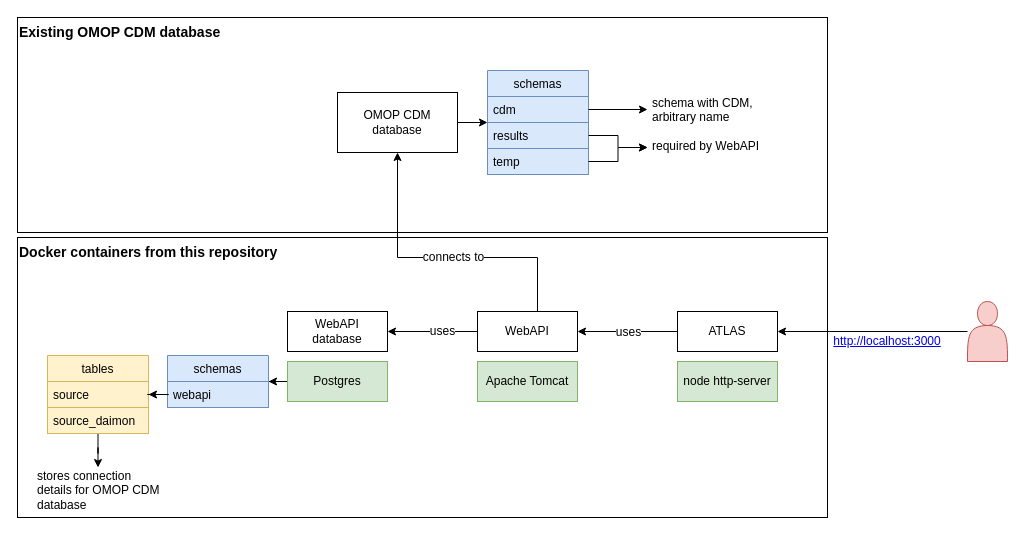
Earlier version of the draw.io diagram components.drawio (kaiserpreusse/ohdsitools). Source tidied: cells renumbered, new cells numbered last; positions are measured from the earlier drawing's top-left corner, leaving out a move shared by most shapes. Both pictures are drawn from the tidied source at 100%, with x=0, y=0 at pixel (17, 17).
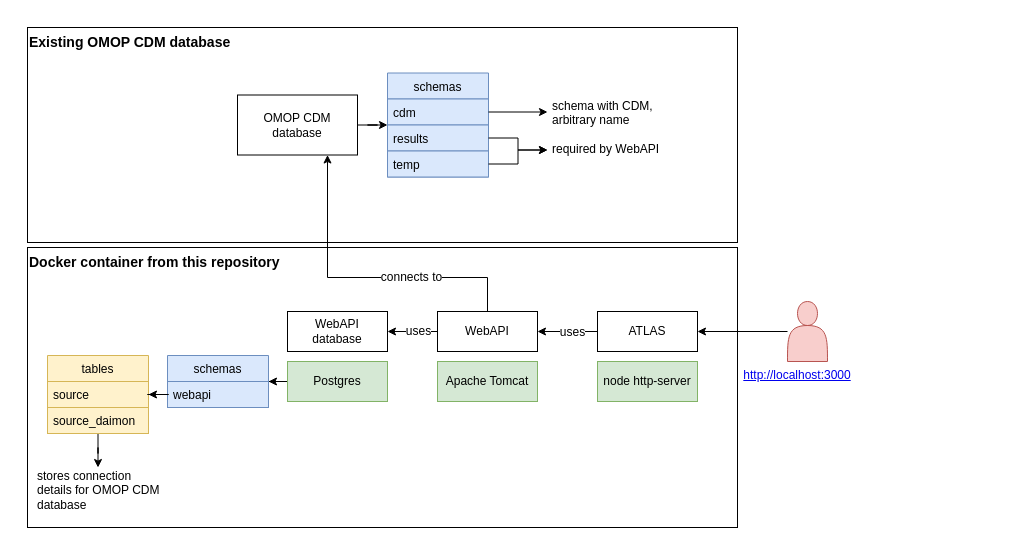
The same page after the edit.

Commit message (it also covers changes not shown here):
smaller diagram

Change to the diagram source:
```diff
@@
     <mxCell id="2" value="&lt;span style=&quot;font-size: 14px;&quot;&gt;&lt;b&gt;Existing OMOP CDM database&lt;/b&gt;&lt;/span&gt;" style="rounded=0;whiteSpace=wrap;html=1;fontSize=12;align=left;verticalAlign=top;" parent="1" vertex="1">
-      <mxGeometry width="810" height="215" as="geometry" />
+      <mxGeometry x="10" y="10" width="710" height="215" as="geometry" />
     </mxCell>
-    <mxCell id="3" value="&lt;b&gt;&lt;font style=&quot;font-size: 14px;&quot;&gt;Docker containers from this repository&lt;/font&gt;&lt;/b&gt;" style="rounded=0;whiteSpace=wrap;html=1;fontSize=12;align=left;verticalAlign=top;" parent="1" vertex="1">
-      <mxGeometry y="220" width="810" height="280" as="geometry" />
+    <mxCell id="3" value="&lt;b&gt;&lt;font style=&quot;font-size: 14px;&quot;&gt;Docker container from this repository&lt;/font&gt;&lt;/b&gt;" style="rounded=0;whiteSpace=wrap;html=1;fontSize=12;align=left;verticalAlign=top;" parent="1" vertex="1">
+      <mxGeometry x="10" y="230" width="710" height="280" as="geometry" />
     </mxCell>
     <mxCell id="4" value="Apache Tomcat" style="rounded=0;whiteSpace=wrap;html=1;fillColor=#d5e8d4;strokeColor=#82b366;" parent="1" vertex="1">
-      <mxGeometry x="460" y="344" width="100" height="40" as="geometry" />
+      <mxGeometry x="420" y="344" width="100" height="40" as="geometry" />
     </mxCell>
@@
     <mxCell id="6" value="OMOP CDM database" style="rounded=0;whiteSpace=wrap;html=1;fontStyle=0;" parent="1" vertex="1">
-      <mxGeometry x="320" y="75" width="120" height="60" as="geometry" />
+      <mxGeometry x="220" y="77.5" width="120" height="60" as="geometry" />
     </mxCell>
-    <mxCell id="7" style="edgeStyle=orthogonalEdgeStyle;rounded=0;jettySize=auto;html=1;entryX=0.5;entryY=1;entryDx=0;entryDy=0;" parent="1" edge="1" source="11" target="6">
+    <mxCell id="7" style="edgeStyle=orthogonalEdgeStyle;rounded=0;jettySize=auto;html=1;" parent="1" edge="1" source="11" target="6">
       <mxGeometry relative="1" as="geometry">
         <Array as="points">
-          <mxPoint x="520" y="240" />
-          <mxPoint x="380" y="240" />
+          <mxPoint x="470" y="260" />
+          <mxPoint x="310" y="260" />
         </Array>
       </mxGeometry>
     </mxCell>
     <mxCell id="8" value="connects to" style="edgeLabel;html=1;align=center;verticalAlign=middle;fontSize=12;" parent="7" vertex="1">
-      <mxGeometry x="-0.07" y="-1" relative="1" as="geometry" />
+      <mxGeometry x="-0.07" y="-1" relative="1" as="geometry">
+        <mxPoint x="36" as="offset" />
+      </mxGeometry>
     </mxCell>
@@
     <mxCell id="11" value="WebAPI" style="rounded=0;whiteSpace=wrap;html=1;fontStyle=0;" parent="1" vertex="1">
-      <mxGeometry x="460" y="294" width="100" height="40" as="geometry" />
+      <mxGeometry x="420" y="294" width="100" height="40" as="geometry" />
     </mxCell>
@@
-    <mxCell id="15" style="edgeStyle=orthogonalEdgeStyle;rounded=0;jettySize=auto;html=1;" parent="1" edge="1" source="17" target="11">
+    <mxCell id="15" style="edgeStyle=orthogonalEdgeStyle;rounded=0;jettySize=auto;html=1;exitX=0;exitY=0.5;exitDx=0;exitDy=0;" parent="1" edge="1" source="17" target="11">
       <mxGeometry relative="1" as="geometry" />
     </mxCell>
@@
     <mxCell id="17" value="ATLAS" style="rounded=0;whiteSpace=wrap;html=1;fontStyle=0;" parent="1" vertex="1">
-      <mxGeometry x="660" y="294" width="100" height="40" as="geometry" />
+      <mxGeometry x="580" y="294" width="100" height="40" as="geometry" />
     </mxCell>
     <mxCell id="18" value="node http-server" style="rounded=0;whiteSpace=wrap;html=1;fillColor=#d5e8d4;strokeColor=#82b366;" parent="1" vertex="1">
-      <mxGeometry x="660" y="344" width="100" height="40" as="geometry" />
+      <mxGeometry x="580" y="344" width="100" height="40" as="geometry" />
     </mxCell>
     <mxCell id="19" value="&lt;p style=&quot;font-size: 12px;&quot;&gt;&lt;font style=&quot;font-size: 12px; font-weight: normal;&quot;&gt;required by WebAPI&lt;/font&gt;&lt;/p&gt;" style="text;html=1;strokeColor=none;fillColor=none;spacing=5;spacingTop=-20;whiteSpace=wrap;overflow=hidden;rounded=0;fontSize=12;align=left;verticalAlign=top;horizontal=1;" parent="1" vertex="1">
-      <mxGeometry x="630" y="120" width="120" height="20" as="geometry" />
+      <mxGeometry x="530" y="122.5" width="120" height="20" as="geometry" />
     </mxCell>
     <mxCell id="20" value="&lt;p style=&quot;font-size: 12px;&quot;&gt;&lt;span style=&quot;font-size: 12px;&quot;&gt;schema with CDM, arbitrary name&lt;/span&gt;&lt;/p&gt;" style="text;html=1;strokeColor=none;fillColor=none;spacing=5;spacingTop=-20;whiteSpace=wrap;overflow=hidden;rounded=0;fontSize=12;align=left;verticalAlign=top;horizontal=1;" parent="1" vertex="1">
-      <mxGeometry x="630" y="77" width="130" height="30" as="geometry" />
+      <mxGeometry x="530" y="79.5" width="130" height="30" as="geometry" />
     </mxCell>
@@
     <mxCell id="23" style="shape=actor;whiteSpace=wrap;html=1;fontSize=14;fillColor=#f8cecc;strokeColor=#b85450;" parent="1" vertex="1">
-      <mxGeometry x="950" y="284" width="40" height="60" as="geometry" />
+      <mxGeometry x="770" y="284" width="40" height="60" as="geometry" />
     </mxCell>
     <mxCell id="24" value="schemas" style="swimlane;fontStyle=0;horizontal=1;startSize=26;fillColor=#dae8fc;fontSize=12;strokeColor=#6c8ebf;" parent="1" vertex="1">
-      <mxGeometry x="470" y="53" width="101" height="104" as="geometry" />
+      <mxGeometry x="370" y="55.5" width="101" height="104" as="geometry" />
     </mxCell>
@@
     <mxCell id="38" value="http://localhost:3000" style="text;html=1;strokeColor=none;fillColor=none;whiteSpace=wrap;align=center;verticalAlign=middle;fontColor=#0000EE;fontStyle=4;fontSize=12;" parent="1" vertex="1">
-      <mxGeometry x="840" y="304" width="60" height="40" as="geometry" />
+      <mxGeometry x="750" y="338" width="60" height="40" as="geometry" />
     </mxCell>
```
